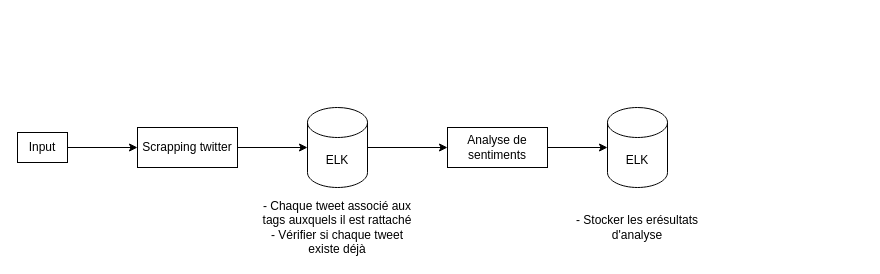
This is Untitled Diagram.drawio from hug0prevoteau/SWeng, a draw.io file, before an edit. Source tidied: cells renumbered, new cells numbered last; positions are measured from the earlier drawing's top-left corner, leaving out a move shared by most shapes. Both pictures are drawn from the tidied source at 100%, with x=0, y=0 at pixel (17, 107).
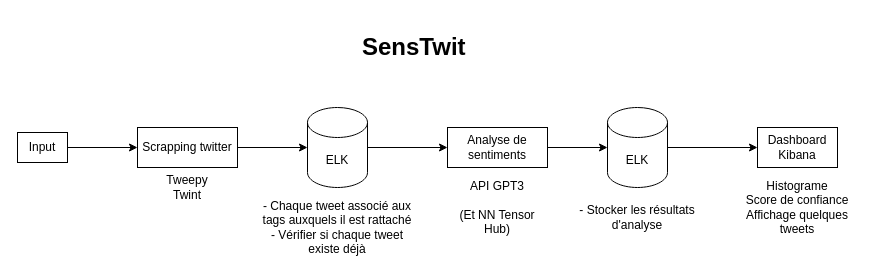
After the change.

Change to the diagram source:
```diff
@@
 <mxGraphModel>
   <root>
     <mxCell id="0" />
     <mxCell id="1" parent="0" />
     <mxCell id="2" style="edgeStyle=orthogonalEdgeStyle;rounded=0;jettySize=auto;html=1;exitX=1;exitY=0.5;exitDx=0;exitDy=0;exitPerimeter=0;entryX=0;entryY=0.5;entryDx=0;entryDy=0;" parent="1" edge="1" source="3" target="10">
       <mxGeometry relative="1" as="geometry" />
     </mxCell>
     <mxCell id="3" value="ELK" style="shape=cylinder3;whiteSpace=wrap;html=1;boundedLbl=1;backgroundOutline=1;size=15;" parent="1" vertex="1">
       <mxGeometry x="290" width="60" height="80" as="geometry" />
     </mxCell>
     <mxCell id="4" value="- Chaque tweet associé aux tags auxquels il est rattaché&lt;br&gt;- Vérifier si chaque tweet existe déjà" style="text;html=1;strokeColor=none;fillColor=none;align=center;verticalAlign=middle;whiteSpace=wrap;rounded=0;" parent="1" vertex="1">
       <mxGeometry x="240" y="110" width="160" height="20" as="geometry" />
     </mxCell>
     <mxCell id="5" style="edgeStyle=orthogonalEdgeStyle;rounded=0;jettySize=auto;html=1;exitX=1;exitY=0.5;exitDx=0;exitDy=0;entryX=0;entryY=0.5;entryDx=0;entryDy=0;" parent="1" edge="1" source="6" target="8">
       <mxGeometry relative="1" as="geometry" />
     </mxCell>
     <mxCell id="6" value="Input" style="rounded=0;whiteSpace=wrap;html=1;" parent="1" vertex="1">
       <mxGeometry y="25" width="50" height="30" as="geometry" />
     </mxCell>
     <mxCell id="7" style="edgeStyle=orthogonalEdgeStyle;rounded=0;jettySize=auto;html=1;" parent="1" edge="1" source="8" target="3">
       <mxGeometry relative="1" as="geometry" />
     </mxCell>
     <mxCell id="8" value="Scrapping twitter" style="rounded=0;whiteSpace=wrap;html=1;" parent="1" vertex="1">
       <mxGeometry x="120" y="20" width="100" height="40" as="geometry" />
     </mxCell>
     <mxCell id="9" style="edgeStyle=orthogonalEdgeStyle;rounded=0;jettySize=auto;html=1;" parent="1" edge="1" source="10" target="11">
       <mxGeometry relative="1" as="geometry" />
     </mxCell>
     <mxCell id="10" value="Analyse de sentiments" style="rounded=0;whiteSpace=wrap;html=1;" parent="1" vertex="1">
       <mxGeometry x="430" y="20" width="100" height="40" as="geometry" />
     </mxCell>
+    <mxCell id="13" style="edgeStyle=orthogonalEdgeStyle;rounded=0;jettySize=auto;html=1;exitX=1;exitY=0.5;exitDx=0;exitDy=0;exitPerimeter=0;entryX=0;entryY=0.5;entryDx=0;entryDy=0;" parent="1" edge="1" source="11" target="14">
+      <mxGeometry relative="1" as="geometry" />
+    </mxCell>
     <mxCell id="11" value="ELK" style="shape=cylinder3;whiteSpace=wrap;html=1;boundedLbl=1;backgroundOutline=1;size=15;" parent="1" vertex="1">
       <mxGeometry x="590" width="60" height="80" as="geometry" />
     </mxCell>
-    <mxCell id="12" value="- Stocker les erésultats d'analyse" style="text;html=1;strokeColor=none;fillColor=none;align=center;verticalAlign=middle;whiteSpace=wrap;rounded=0;" parent="1" vertex="1">
-      <mxGeometry x="540" y="110" width="160" height="20" as="geometry" />
+    <mxCell id="12" value="- Stocker les résultats d'analyse" style="text;html=1;strokeColor=none;fillColor=none;align=center;verticalAlign=middle;whiteSpace=wrap;rounded=0;" parent="1" vertex="1">
+      <mxGeometry x="540" y="100" width="160" height="20" as="geometry" />
     </mxCell>
+    <mxCell id="14" value="Dashboard Kibana" style="rounded=0;whiteSpace=wrap;html=1;" parent="1" vertex="1">
+      <mxGeometry x="740" y="20" width="80" height="40" as="geometry" />
+    </mxCell>
+    <mxCell id="15" value="Tweepy&lt;br&gt;Twint" style="text;html=1;strokeColor=none;fillColor=none;align=center;verticalAlign=middle;whiteSpace=wrap;rounded=0;" parent="1" vertex="1">
+      <mxGeometry x="130" y="70" width="80" height="20" as="geometry" />
+    </mxCell>
+    <mxCell id="16" value="API GPT3&lt;br&gt;&lt;br&gt;(Et NN Tensor Hub)" style="text;html=1;strokeColor=none;fillColor=none;align=center;verticalAlign=middle;whiteSpace=wrap;rounded=0;" parent="1" vertex="1">
+      <mxGeometry x="440" y="90" width="80" height="20" as="geometry" />
+    </mxCell>
+    <mxCell id="17" value="Histograme&lt;br&gt;Score de confiance&lt;br&gt;Affichage quelques tweets" style="text;html=1;strokeColor=none;fillColor=none;align=center;verticalAlign=middle;whiteSpace=wrap;rounded=0;" parent="1" vertex="1">
+      <mxGeometry x="715" y="90" width="130" height="20" as="geometry" />
+    </mxCell>
+    <mxCell id="18" value="&lt;h1&gt;SensTwit&lt;/h1&gt;&lt;p&gt;&lt;br&gt;&lt;/p&gt;" style="text;html=1;strokeColor=none;fillColor=none;spacing=5;spacingTop=-20;whiteSpace=wrap;overflow=hidden;rounded=0;" parent="1" vertex="1">
+      <mxGeometry x="340" y="-80" width="116" height="40" as="geometry" />
+    </mxCell>
   </root>
 </mxGraphModel>
```
